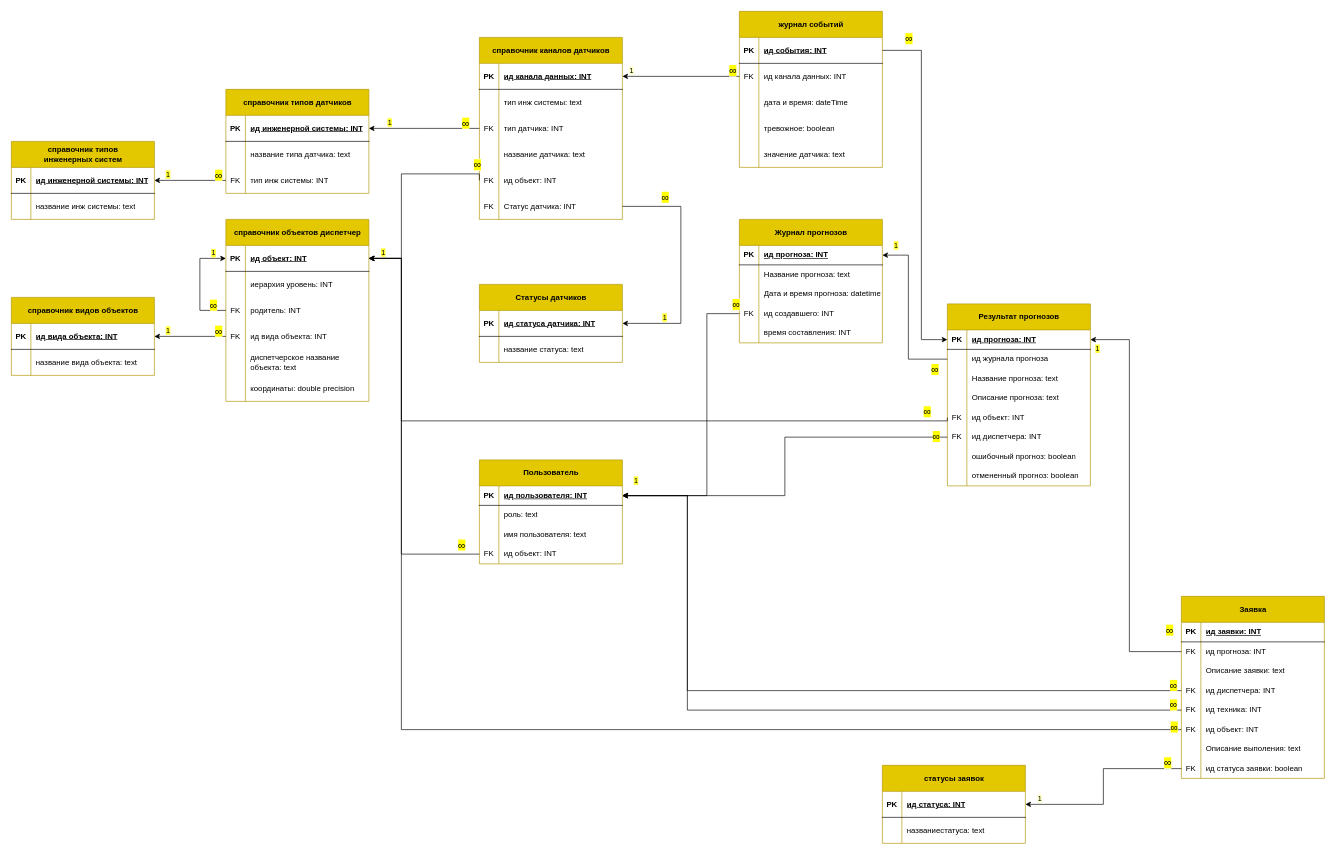
Above: page "ERL" (2 of 3) of docs/diagram/ER.drawio in sa100h/lct (draw.io), before the change. Source tidied: cells renumbered, new cells numbered last; positions are measured from the earlier drawing's top-left corner, leaving out a move shared by most shapes. Both pictures are drawn from the tidied source at 65%, with x=0, y=0 at pixel (11, 11).
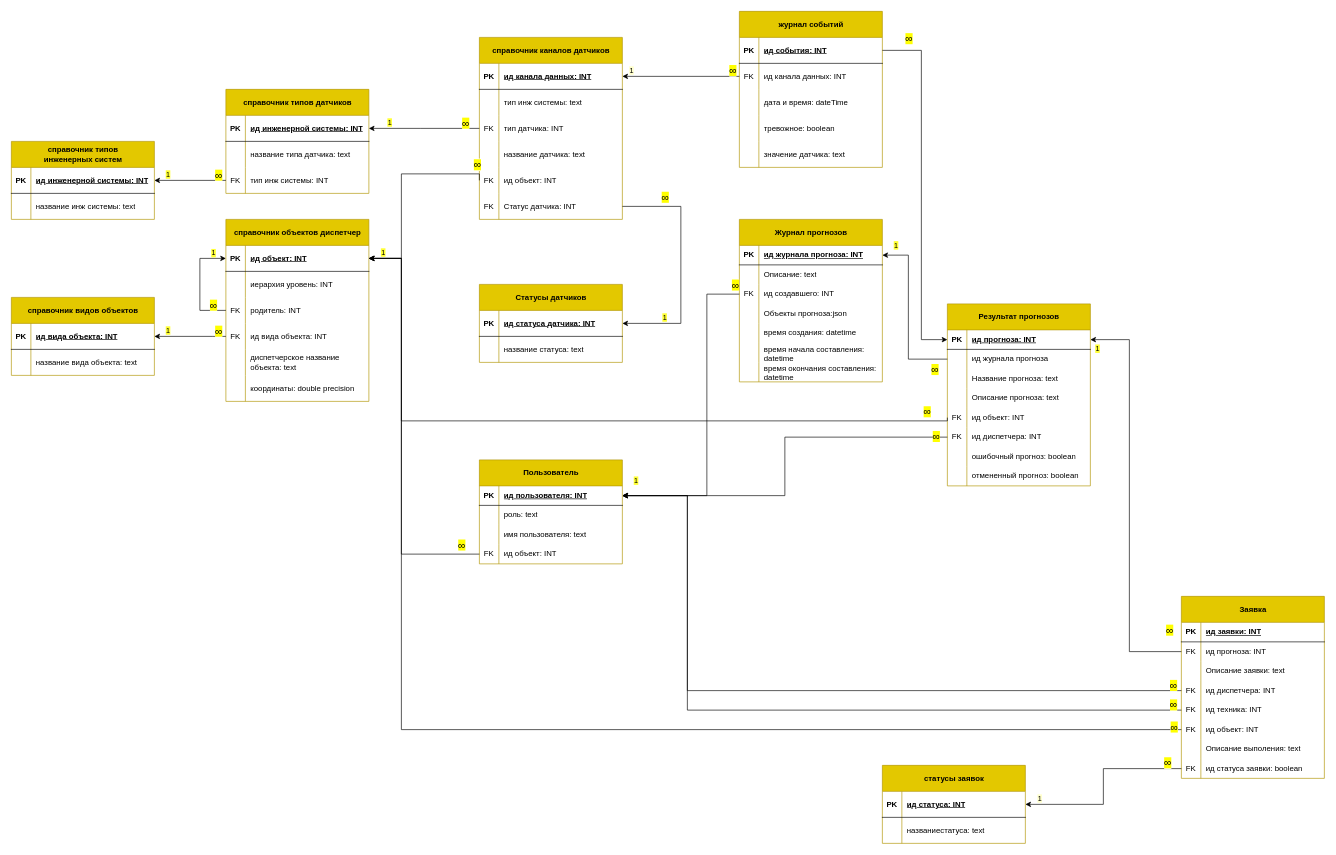
The same diagram, later.

Unchanged cells that the change refers to:
```xml
<mxCell id="60" style="shape=tableRow;horizontal=0;startSize=0;swimlaneHead=0;swimlaneBody=0;fillColor=none;points=[[0,0.5],[1,0.5]];portConstraint=eastwest;top=0;left=0;right=0;bottom=1;" parent="59" vertex="1">
  <mxGeometry y="40" width="220" height="30" as="geometry" />
</mxCell>
<mxCell id="198" style="shape=tableRow;horizontal=0;startSize=0;swimlaneHead=0;swimlaneBody=0;fillColor=none;points=[[0,0.5],[1,0.5]];portConstraint=eastwest;top=0;left=0;right=0;bottom=1;" parent="197" vertex="1">
  <mxGeometry y="40" width="220" height="30" as="geometry" />
</mxCell>
<mxCell id="201" style="shape=tableRow;horizontal=0;startSize=0;swimlaneHead=0;swimlaneBody=0;fillColor=none;top=0;left=0;right=0;bottom=0;" parent="197" vertex="1">
  <mxGeometry y="70" width="220" height="30" as="geometry" />
</mxCell>
```

The edit, as a diff of the source:
```diff
@@
     <mxCell id="197" value="Журнал прогнозов" style="shape=table;startSize=40;childLayout=tableLayout;rowLines=0;fontStyle=1;align=center;html=1;fillColor=#e3c800;fontColor=#000000;strokeColor=#B09500;" parent="1" vertex="1">
-      <mxGeometry x="1120" y="320" width="220" height="190" as="geometry" />
+      <mxGeometry x="1120" y="320" width="220" height="250" as="geometry" />
     </mxCell>
@@
-    <mxCell id="200" value="ид прогноза: INT" style="shape=partialRectangle;fillColor=none;top=0;left=0;bottom=0;right=0;align=left;spacingLeft=6;fontStyle=5;overflow=hidden;whiteSpace=wrap;html=1;" parent="198" vertex="1">
+    <mxCell id="200" value="ид журнала прогноза: INT" style="shape=partialRectangle;fillColor=none;top=0;left=0;bottom=0;right=0;align=left;spacingLeft=6;fontStyle=5;overflow=hidden;whiteSpace=wrap;html=1;" parent="198" vertex="1">
       <mxGeometry x="30" width="190" height="30" as="geometry" />
     </mxCell>
@@
-    <mxCell id="203" value="Название прогноза: text" style="shape=partialRectangle;fillColor=none;top=0;left=0;bottom=0;right=0;align=left;spacingLeft=6;overflow=hidden;whiteSpace=wrap;html=1;" parent="201" vertex="1">
+    <mxCell id="203" value="Описание: text" style="shape=partialRectangle;fillColor=none;top=0;left=0;bottom=0;right=0;align=left;spacingLeft=6;overflow=hidden;whiteSpace=wrap;html=1;" parent="201" vertex="1">
       <mxGeometry x="30" width="190" height="30" as="geometry" />
     </mxCell>
-    <mxCell id="204" style="shape=tableRow;horizontal=0;startSize=0;swimlaneHead=0;swimlaneBody=0;fillColor=none;top=0;left=0;right=0;bottom=0;" parent="197" vertex="1">
-      <mxGeometry y="100" width="220" height="30" as="geometry" />
-    </mxCell>
-    <mxCell id="205" style="shape=partialRectangle;fillColor=none;top=0;left=0;bottom=0;right=0;overflow=hidden;whiteSpace=wrap;html=1;" parent="204" vertex="1">
-      <mxGeometry width="30" height="30" as="geometry" />
-    </mxCell>
-    <mxCell id="206" value="Дата и время прогноза: datetime" style="shape=partialRectangle;fillColor=none;top=0;left=0;bottom=0;right=0;align=left;spacingLeft=6;overflow=hidden;whiteSpace=wrap;html=1;" parent="204" vertex="1">
-      <mxGeometry x="30" width="190" height="30" as="geometry" />
-    </mxCell>
     <mxCell id="207" style="shape=tableRow;horizontal=0;startSize=0;swimlaneHead=0;swimlaneBody=0;fillColor=none;points=[[0,0.5],[1,0.5]];portConstraint=eastwest;top=0;left=0;right=0;bottom=0;" parent="197" vertex="1">
-      <mxGeometry y="130" width="220" height="30" as="geometry" />
+      <mxGeometry y="100" width="220" height="30" as="geometry" />
     </mxCell>
@@
+    <mxCell id="220" style="shape=tableRow;horizontal=0;startSize=0;swimlaneHead=0;swimlaneBody=0;fillColor=none;top=0;left=0;right=0;bottom=0;" parent="197" vertex="1">
+      <mxGeometry y="130" width="220" height="30" as="geometry" />
+    </mxCell>
+    <mxCell id="221" style="shape=partialRectangle;fillColor=none;top=0;left=0;bottom=0;right=0;overflow=hidden;whiteSpace=wrap;html=1;" parent="220" vertex="1">
+      <mxGeometry width="30" height="30" as="geometry" />
+    </mxCell>
+    <mxCell id="222" value="Объекты прогноза:json" style="shape=partialRectangle;fillColor=none;top=0;left=0;bottom=0;right=0;align=left;spacingLeft=6;overflow=hidden;whiteSpace=wrap;html=1;" parent="220" vertex="1">
+      <mxGeometry x="30" width="190" height="30" as="geometry" />
+    </mxCell>
+    <mxCell id="223" style="shape=tableRow;horizontal=0;startSize=0;swimlaneHead=0;swimlaneBody=0;fillColor=none;top=0;left=0;right=0;bottom=0;" parent="197" vertex="1">
+      <mxGeometry y="160" width="220" height="30" as="geometry" />
+    </mxCell>
+    <mxCell id="224" style="shape=partialRectangle;fillColor=none;top=0;left=0;bottom=0;right=0;overflow=hidden;whiteSpace=wrap;html=1;" parent="223" vertex="1">
+      <mxGeometry width="30" height="30" as="geometry" />
+    </mxCell>
+    <mxCell id="225" value="время создания: datetime" style="shape=partialRectangle;fillColor=none;top=0;left=0;bottom=0;right=0;align=left;spacingLeft=6;overflow=hidden;whiteSpace=wrap;html=1;" parent="223" vertex="1">
+      <mxGeometry x="30" width="190" height="30" as="geometry" />
+    </mxCell>
+    <mxCell id="226" style="shape=tableRow;horizontal=0;startSize=0;swimlaneHead=0;swimlaneBody=0;fillColor=none;top=0;left=0;right=0;bottom=0;" parent="197" vertex="1">
+      <mxGeometry y="190" width="220" height="30" as="geometry" />
+    </mxCell>
+    <mxCell id="227" style="shape=partialRectangle;fillColor=none;top=0;left=0;bottom=0;right=0;overflow=hidden;whiteSpace=wrap;html=1;" parent="226" vertex="1">
+      <mxGeometry width="30" height="30" as="geometry" />
+    </mxCell>
+    <mxCell id="228" value="время начала составления: datetime" style="shape=partialRectangle;fillColor=none;top=0;left=0;bottom=0;right=0;align=left;spacingLeft=6;overflow=hidden;whiteSpace=wrap;html=1;" parent="226" vertex="1">
+      <mxGeometry x="30" width="190" height="30" as="geometry" />
+    </mxCell>
     <mxCell id="210" style="shape=tableRow;horizontal=0;startSize=0;swimlaneHead=0;swimlaneBody=0;fillColor=none;top=0;left=0;right=0;bottom=0;" parent="197" vertex="1">
-      <mxGeometry y="160" width="220" height="30" as="geometry" />
+      <mxGeometry y="220" width="220" height="30" as="geometry" />
     </mxCell>
@@
-    <mxCell id="212" value="время составления: INT" style="shape=partialRectangle;fillColor=none;top=0;left=0;bottom=0;right=0;align=left;spacingLeft=6;overflow=hidden;whiteSpace=wrap;html=1;" parent="210" vertex="1">
+    <mxCell id="212" value="время окончания составления: datetime" style="shape=partialRectangle;fillColor=none;top=0;left=0;bottom=0;right=0;align=left;spacingLeft=6;overflow=hidden;whiteSpace=wrap;html=1;" parent="210" vertex="1">
       <mxGeometry x="30" width="190" height="30" as="geometry" />
     </mxCell>
     <mxCell id="213" style="edgeStyle=orthogonalEdgeStyle;rounded=0;jettySize=auto;html=1;exitX=0;exitY=0.5;exitDx=0;exitDy=0;entryX=1;entryY=0.5;entryDx=0;entryDy=0;" parent="1" edge="1" source="207" target="60">
       <mxGeometry relative="1" as="geometry">
         <Array as="points">
-          <mxPoint x="1070" y="465" />
+          <mxPoint x="1070" y="435" />
           <mxPoint x="1070" y="745" />
         </Array>
       </mxGeometry>
     </mxCell>
```
